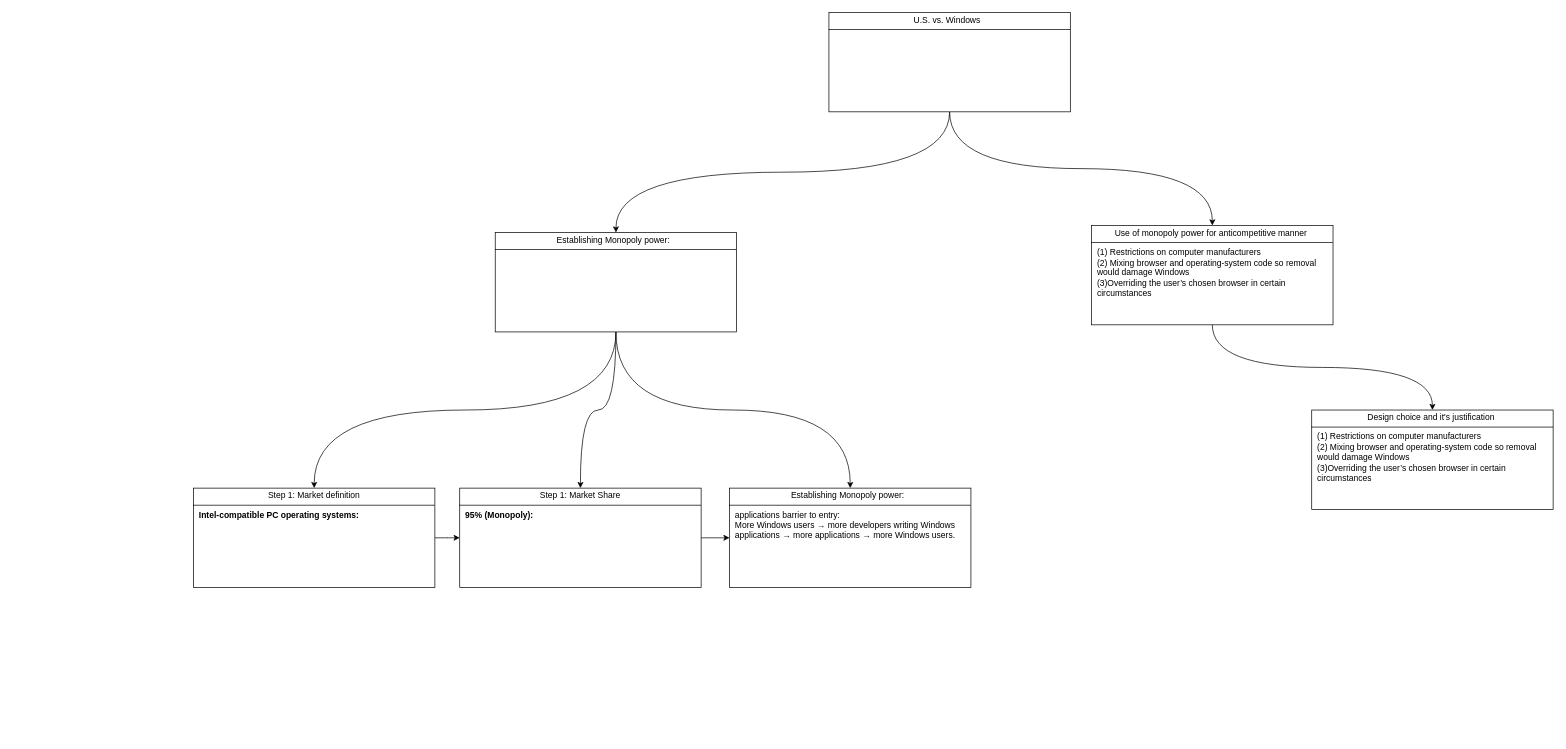
Before: page "Page-2" (2 of 2) of Antitrust.drawio in Jdcruz831/law-school, a draw.io diagram. Source tidied: cells renumbered, new cells numbered last; positions are measured from the earlier drawing's top-left corner, leaving out a move shared by most shapes. Both pictures are drawn from the tidied source at 71%, with x=0, y=0 at pixel (193, 12).
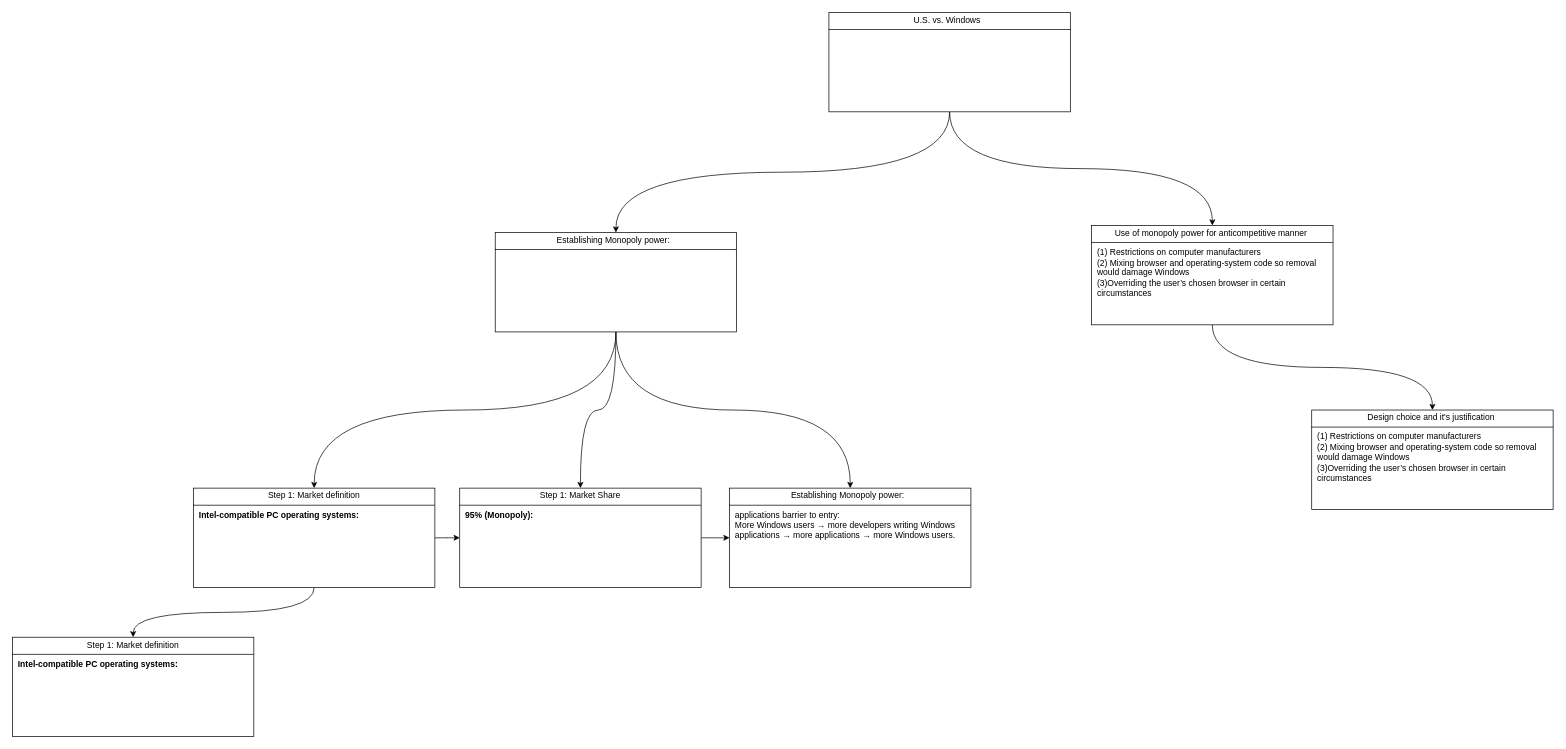
Above is the later version.

What changed in the source:
```diff
@@
 <mxGraphModel>
   <root>
     <mxCell id="0" />
     <mxCell id="1" parent="0" />
     <mxCell id="2" style="edgeStyle=orthogonalEdgeStyle;curved=1;rounded=0;jettySize=auto;html=1;exitX=0.5;exitY=1;exitDx=0;exitDy=0;" parent="1" edge="1" source="4" target="8">
       <mxGeometry relative="1" as="geometry" />
     </mxCell>
     <mxCell id="3" style="edgeStyle=orthogonalEdgeStyle;curved=1;rounded=0;jettySize=auto;html=1;exitX=0.5;exitY=1;exitDx=0;exitDy=0;" parent="1" edge="1" source="4" target="15">
       <mxGeometry relative="1" as="geometry" />
     </mxCell>
     <mxCell id="4" value="&lt;p style=&quot;text-align: center; margin: 4px 0px 0px; text-decoration-color: currentcolor;&quot;&gt;U.S. vs. Windows &amp;nbsp;&lt;/p&gt;&lt;hr size=&quot;1&quot; style=&quot;border-style:solid;&quot;&gt;&lt;p style=&quot;margin:0px;margin-left:8px;&quot;&gt;&lt;br&gt;&lt;/p&gt;" style="verticalAlign=top;align=left;overflow=fill;html=1;whiteSpace=wrap;" parent="1" vertex="1">
       <mxGeometry x="895" width="340" height="140" as="geometry" />
     </mxCell>
     <mxCell id="5" style="edgeStyle=orthogonalEdgeStyle;curved=1;rounded=0;jettySize=auto;html=1;exitX=0.5;exitY=1;exitDx=0;exitDy=0;" parent="1" edge="1" source="8" target="10">
       <mxGeometry relative="1" as="geometry" />
     </mxCell>
     <mxCell id="6" style="edgeStyle=orthogonalEdgeStyle;curved=1;rounded=0;jettySize=auto;html=1;exitX=0.5;exitY=1;exitDx=0;exitDy=0;" parent="1" edge="1" source="8" target="12">
       <mxGeometry relative="1" as="geometry" />
     </mxCell>
     <mxCell id="7" style="edgeStyle=orthogonalEdgeStyle;curved=1;rounded=0;jettySize=auto;html=1;" parent="1" edge="1" source="8" target="13">
       <mxGeometry relative="1" as="geometry" />
     </mxCell>
     <mxCell id="8" value="&lt;p style=&quot;text-align: center; margin: 4px 0px 0px; text-decoration-color: currentcolor;&quot;&gt;Establishing Monopoly power: &amp;nbsp;&lt;/p&gt;&lt;hr size=&quot;1&quot; style=&quot;border-style:solid;&quot;&gt;&lt;p style=&quot;margin:0px;margin-left:8px;&quot;&gt;&lt;br&gt;&lt;/p&gt;" style="verticalAlign=top;align=left;overflow=fill;html=1;whiteSpace=wrap;" parent="1" vertex="1">
       <mxGeometry x="425" y="310" width="340" height="140" as="geometry" />
     </mxCell>
     <mxCell id="9" style="edgeStyle=orthogonalEdgeStyle;curved=1;rounded=0;jettySize=auto;html=1;" parent="1" edge="1" source="10" target="12">
       <mxGeometry relative="1" as="geometry" />
     </mxCell>
+    <mxCell id="17" style="edgeStyle=orthogonalEdgeStyle;curved=1;rounded=0;jettySize=auto;html=1;" parent="1" edge="1" source="10" target="18">
+      <mxGeometry relative="1" as="geometry" />
+    </mxCell>
     <mxCell id="10" value="&lt;p style=&quot;text-align: center; margin: 4px 0px 0px; text-decoration-color: currentcolor;&quot;&gt;Step 1: Market definition&lt;/p&gt;&lt;hr size=&quot;1&quot; style=&quot;border-style:solid;&quot;&gt;&lt;p style=&quot;margin:0px;margin-left:8px;&quot;&gt;&lt;b&gt;Intel-compatible PC operating systems:&amp;nbsp;&lt;/b&gt;&lt;br&gt;&lt;/p&gt;" style="verticalAlign=top;align=left;overflow=fill;html=1;whiteSpace=wrap;" parent="1" vertex="1">
       <mxGeometry y="670" width="340" height="140" as="geometry" />
     </mxCell>
     <mxCell id="11" style="edgeStyle=orthogonalEdgeStyle;curved=1;rounded=0;jettySize=auto;html=1;exitX=1;exitY=0.5;exitDx=0;exitDy=0;" parent="1" edge="1" source="12" target="13">
       <mxGeometry relative="1" as="geometry" />
     </mxCell>
     <mxCell id="12" value="&lt;p style=&quot;text-align: center; margin: 4px 0px 0px; text-decoration-color: currentcolor;&quot;&gt;Step 1: Market Share&lt;/p&gt;&lt;hr size=&quot;1&quot; style=&quot;border-style:solid;&quot;&gt;&lt;p style=&quot;margin:0px;margin-left:8px;&quot;&gt;&lt;b&gt;95% (Monopoly):&amp;nbsp;&lt;/b&gt;&lt;br&gt;&lt;/p&gt;" style="verticalAlign=top;align=left;overflow=fill;html=1;whiteSpace=wrap;" parent="1" vertex="1">
       <mxGeometry x="375" y="670" width="340" height="140" as="geometry" />
     </mxCell>
     <mxCell id="13" value="&lt;p style=&quot;text-align: center; margin: 4px 0px 0px; text-decoration-color: currentcolor;&quot;&gt;Establishing Monopoly power: &amp;nbsp;&lt;/p&gt;&lt;hr size=&quot;1&quot; style=&quot;border-style:solid;&quot;&gt;&lt;p style=&quot;margin:0px;margin-left:8px;&quot;&gt;applications barrier to entry:&lt;br&gt;&lt;/p&gt;&lt;p style=&quot;margin:0px;margin-left:8px;&quot;&gt;More Windows users → more developers writing Windows applications → more applications → more Windows users.&lt;br&gt;&lt;/p&gt;" style="verticalAlign=top;align=left;overflow=fill;html=1;whiteSpace=wrap;" parent="1" vertex="1">
       <mxGeometry x="755" y="670" width="340" height="140" as="geometry" />
     </mxCell>
     <mxCell id="14" style="edgeStyle=orthogonalEdgeStyle;curved=1;rounded=0;jettySize=auto;html=1;" parent="1" edge="1" source="15" target="16">
       <mxGeometry relative="1" as="geometry" />
     </mxCell>
     <mxCell id="15" value="&lt;p style=&quot;text-align: center; margin: 4px 0px 0px; text-decoration-color: currentcolor;&quot;&gt;&lt;span style=&quot;text-align: left;&quot;&gt;Use of monopoly power for anticompetitive manner&lt;/span&gt;&amp;nbsp;&lt;/p&gt;&lt;hr size=&quot;1&quot; style=&quot;border-style:solid;&quot;&gt;&lt;p style=&quot;margin:0px;margin-left:8px;&quot;&gt;(1)&amp;nbsp;Restrictions on computer manufacturers&lt;/p&gt;&lt;p style=&quot;margin:0px;margin-left:8px;&quot;&gt;(2)&amp;nbsp;Mixing browser and operating-system code so removal would damage Windows&lt;/p&gt;&lt;p style=&quot;margin:0px;margin-left:8px;&quot;&gt;(3)Overriding the user’s chosen browser in certain circumstances&lt;/p&gt;" style="verticalAlign=top;align=left;overflow=fill;html=1;whiteSpace=wrap;" parent="1" vertex="1">
       <mxGeometry x="1265" y="300" width="340" height="140" as="geometry" />
     </mxCell>
     <mxCell id="16" value="&lt;p style=&quot;text-align: center; margin: 4px 0px 0px; text-decoration-color: currentcolor;&quot;&gt;&lt;span style=&quot;text-align: left;&quot;&gt;Design choice and it's justification&lt;/span&gt;&amp;nbsp;&lt;/p&gt;&lt;hr size=&quot;1&quot; style=&quot;border-style:solid;&quot;&gt;&lt;p style=&quot;margin:0px;margin-left:8px;&quot;&gt;(1)&amp;nbsp;Restrictions on computer manufacturers&lt;/p&gt;&lt;p style=&quot;margin:0px;margin-left:8px;&quot;&gt;(2)&amp;nbsp;Mixing browser and operating-system code so removal would damage Windows&lt;/p&gt;&lt;p style=&quot;margin:0px;margin-left:8px;&quot;&gt;(3)Overriding the user’s chosen browser in certain circumstances&lt;/p&gt;" style="verticalAlign=top;align=left;overflow=fill;html=1;whiteSpace=wrap;" parent="1" vertex="1">
       <mxGeometry x="1575" y="560" width="340" height="140" as="geometry" />
     </mxCell>
+    <mxCell id="18" value="&lt;p style=&quot;text-align: center; margin: 4px 0px 0px; text-decoration-color: currentcolor;&quot;&gt;Step 1: Market definition&lt;/p&gt;&lt;hr size=&quot;1&quot; style=&quot;border-style:solid;&quot;&gt;&lt;p style=&quot;margin:0px;margin-left:8px;&quot;&gt;&lt;b&gt;Intel-compatible PC operating systems:&amp;nbsp;&lt;/b&gt;&lt;br&gt;&lt;/p&gt;" style="verticalAlign=top;align=left;overflow=fill;html=1;whiteSpace=wrap;" parent="1" vertex="1">
+      <mxGeometry x="-255" y="880" width="340" height="140" as="geometry" />
+    </mxCell>
   </root>
 </mxGraphModel>
```
